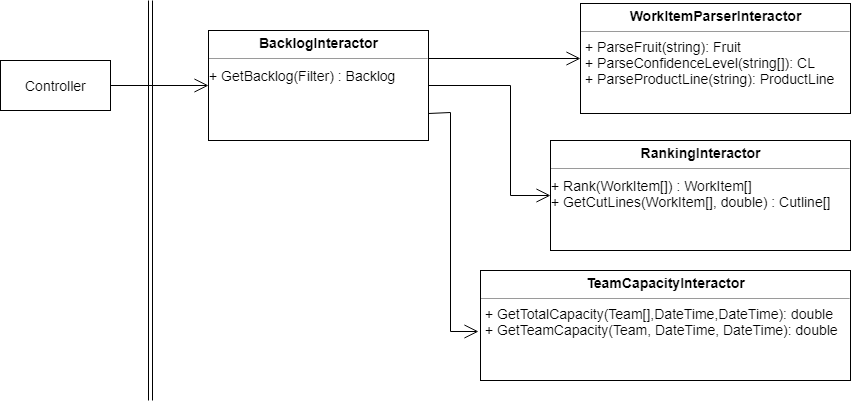
plainionist/plainionist.github.io keeps this draw.io diagram as assets/clean-architecture/Interactors.Collaboration.png. Above is the earlier version. Source tidied: cells renumbered, new cells last; positions are measured from the earlier drawing's top-left corner, leaving out a move shared by most shapes.
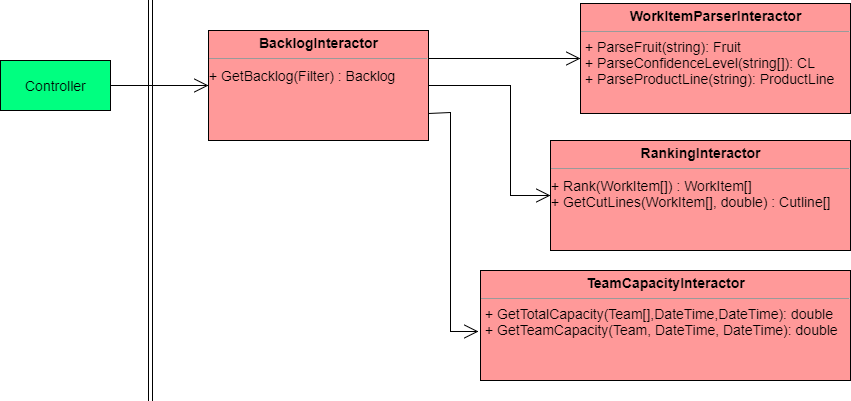
Above is the later version.

The edit, as a diff of the source:
```diff
@@ -2,16 +2,16 @@
   <root>
     <mxCell id="0" />
     <mxCell id="1" parent="0" />
-    <mxCell id="2" value="&lt;p style=&quot;margin: 0px ; margin-top: 4px ; text-align: center&quot;&gt;&lt;b&gt;WorkItemParserInteractor&lt;/b&gt;&lt;/p&gt;&lt;hr size=&quot;1&quot;&gt;&lt;p style=&quot;margin: 0px ; margin-left: 4px&quot;&gt;&lt;/p&gt;&lt;p style=&quot;margin: 0px ; margin-left: 4px&quot;&gt;+ ParseFruit(string): Fruit&lt;/p&gt;&lt;p style=&quot;margin: 0px ; margin-left: 4px&quot;&gt;+ ParseConfidenceLevel(string[]): CL&lt;/p&gt;&lt;p style=&quot;margin: 0px ; margin-left: 4px&quot;&gt;+ ParseProductLine(string): ProductLine&lt;/p&gt;" style="verticalAlign=top;align=left;overflow=fill;fontSize=14;fontFamily=Helvetica;html=1;fillColor=#FFFFFF;" parent="1" vertex="1">
+    <mxCell id="2" value="&lt;p style=&quot;margin: 0px ; margin-top: 4px ; text-align: center&quot;&gt;&lt;b&gt;WorkItemParserInteractor&lt;/b&gt;&lt;/p&gt;&lt;hr size=&quot;1&quot;&gt;&lt;p style=&quot;margin: 0px ; margin-left: 4px&quot;&gt;&lt;/p&gt;&lt;p style=&quot;margin: 0px ; margin-left: 4px&quot;&gt;+ ParseFruit(string): Fruit&lt;/p&gt;&lt;p style=&quot;margin: 0px ; margin-left: 4px&quot;&gt;+ ParseConfidenceLevel(string[]): CL&lt;/p&gt;&lt;p style=&quot;margin: 0px ; margin-left: 4px&quot;&gt;+ ParseProductLine(string): ProductLine&lt;/p&gt;" style="verticalAlign=top;align=left;overflow=fill;fontSize=14;fontFamily=Helvetica;html=1;fillColor=#FF9999;" parent="1" vertex="1">
       <mxGeometry x="580" y="3" width="270" height="110" as="geometry" />
     </mxCell>
-    <mxCell id="3" value="&lt;p style=&quot;margin: 0px ; margin-top: 4px ; text-align: center&quot;&gt;&lt;b&gt;TeamCapacityInteractor&lt;/b&gt;&lt;/p&gt;&lt;hr size=&quot;1&quot;&gt;&lt;p style=&quot;margin: 0px ; margin-left: 4px&quot;&gt;&lt;/p&gt;&lt;p style=&quot;margin: 0px ; margin-left: 4px&quot;&gt;+ GetTotalCapacity(Team[],DateTime,DateTime): double&lt;/p&gt;&lt;p style=&quot;margin: 0px ; margin-left: 4px&quot;&gt;+ GetTeamCapacity(Team, DateTime, DateTime): double&lt;/p&gt;&lt;p style=&quot;margin: 0px ; margin-left: 4px&quot;&gt;&lt;br&gt;&lt;/p&gt;" style="verticalAlign=top;align=left;overflow=fill;fontSize=14;fontFamily=Helvetica;html=1;fillColor=#FFFFFF;" parent="1" vertex="1">
+    <mxCell id="3" value="&lt;p style=&quot;margin: 0px ; margin-top: 4px ; text-align: center&quot;&gt;&lt;b&gt;TeamCapacityInteractor&lt;/b&gt;&lt;/p&gt;&lt;hr size=&quot;1&quot;&gt;&lt;p style=&quot;margin: 0px ; margin-left: 4px&quot;&gt;&lt;/p&gt;&lt;p style=&quot;margin: 0px ; margin-left: 4px&quot;&gt;+ GetTotalCapacity(Team[],DateTime,DateTime): double&lt;/p&gt;&lt;p style=&quot;margin: 0px ; margin-left: 4px&quot;&gt;+ GetTeamCapacity(Team, DateTime, DateTime): double&lt;/p&gt;&lt;p style=&quot;margin: 0px ; margin-left: 4px&quot;&gt;&lt;br&gt;&lt;/p&gt;" style="verticalAlign=top;align=left;overflow=fill;fontSize=14;fontFamily=Helvetica;html=1;fillColor=#FF9999;" parent="1" vertex="1">
       <mxGeometry x="480" y="270" width="370" height="110" as="geometry" />
     </mxCell>
-    <mxCell id="4" value="&lt;p style=&quot;margin: 0px ; margin-top: 4px ; text-align: center&quot;&gt;&lt;b&gt;RankingInteractor&lt;/b&gt;&lt;/p&gt;&lt;hr size=&quot;1&quot;&gt;&lt;div style=&quot;height: 2px&quot;&gt;&lt;/div&gt;+ Rank(WorkItem[]) : WorkItem[]&lt;div&gt;+ GetCutLines(WorkItem[], double) : Cutline[]&lt;br&gt;&lt;/div&gt;" style="verticalAlign=top;align=left;overflow=fill;fontSize=14;fontFamily=Helvetica;html=1;fillColor=#FFFFFF;" parent="1" vertex="1">
+    <mxCell id="4" value="&lt;p style=&quot;margin: 0px ; margin-top: 4px ; text-align: center&quot;&gt;&lt;b&gt;RankingInteractor&lt;/b&gt;&lt;/p&gt;&lt;hr size=&quot;1&quot;&gt;&lt;div style=&quot;height: 2px&quot;&gt;&lt;/div&gt;+ Rank(WorkItem[]) : WorkItem[]&lt;div&gt;+ GetCutLines(WorkItem[], double) : Cutline[]&lt;br&gt;&lt;/div&gt;" style="verticalAlign=top;align=left;overflow=fill;fontSize=14;fontFamily=Helvetica;html=1;fillColor=#FF9999;" parent="1" vertex="1">
       <mxGeometry x="550" y="140" width="300" height="110" as="geometry" />
     </mxCell>
-    <mxCell id="5" value="&lt;p style=&quot;margin: 0px ; margin-top: 4px ; text-align: center&quot;&gt;&lt;b&gt;BacklogInteractor&lt;/b&gt;&lt;/p&gt;&lt;hr size=&quot;1&quot;&gt;&lt;div style=&quot;height: 2px&quot;&gt;&lt;/div&gt;&lt;div style=&quot;height: 2px&quot;&gt;+ GetBacklog(Filter) : Backlog&lt;/div&gt;" style="verticalAlign=top;align=left;overflow=fill;fontSize=14;fontFamily=Helvetica;html=1;fillColor=#FFFFFF;" parent="1" vertex="1">
+    <mxCell id="5" value="&lt;p style=&quot;margin: 0px ; margin-top: 4px ; text-align: center&quot;&gt;&lt;b&gt;BacklogInteractor&lt;/b&gt;&lt;/p&gt;&lt;hr size=&quot;1&quot;&gt;&lt;div style=&quot;height: 2px&quot;&gt;&lt;/div&gt;&lt;div style=&quot;height: 2px&quot;&gt;+ GetBacklog(Filter) : Backlog&lt;/div&gt;" style="verticalAlign=top;align=left;overflow=fill;fontSize=14;fontFamily=Helvetica;html=1;fillColor=#FF9999;" parent="1" vertex="1">
       <mxGeometry x="208" y="30" width="220" height="110" as="geometry" />
     </mxCell>
     <mxCell id="6" style="shape=link;html=1;jettySize=auto;orthogonalLoop=1;fontSize=14;" parent="1" edge="1">
@@ -20,7 +20,7 @@
         <mxPoint x="150" as="targetPoint" />
       </mxGeometry>
     </mxCell>
-    <mxCell id="7" value="Controller" style="html=1;fillColor=#FFFFFF;fontSize=14;" parent="1" vertex="1">
+    <mxCell id="7" value="Controller" style="html=1;fillColor=#00FF80;fontSize=14;" parent="1" vertex="1">
       <mxGeometry y="60" width="110" height="50" as="geometry" />
     </mxCell>
     <mxCell id="8" style="endArrow=open;endFill=1;endSize=12;html=1;fontSize=14;entryX=0;entryY=0.5;exitX=1;exitY=0.5;" parent="1" edge="1" source="7" target="5">
```
